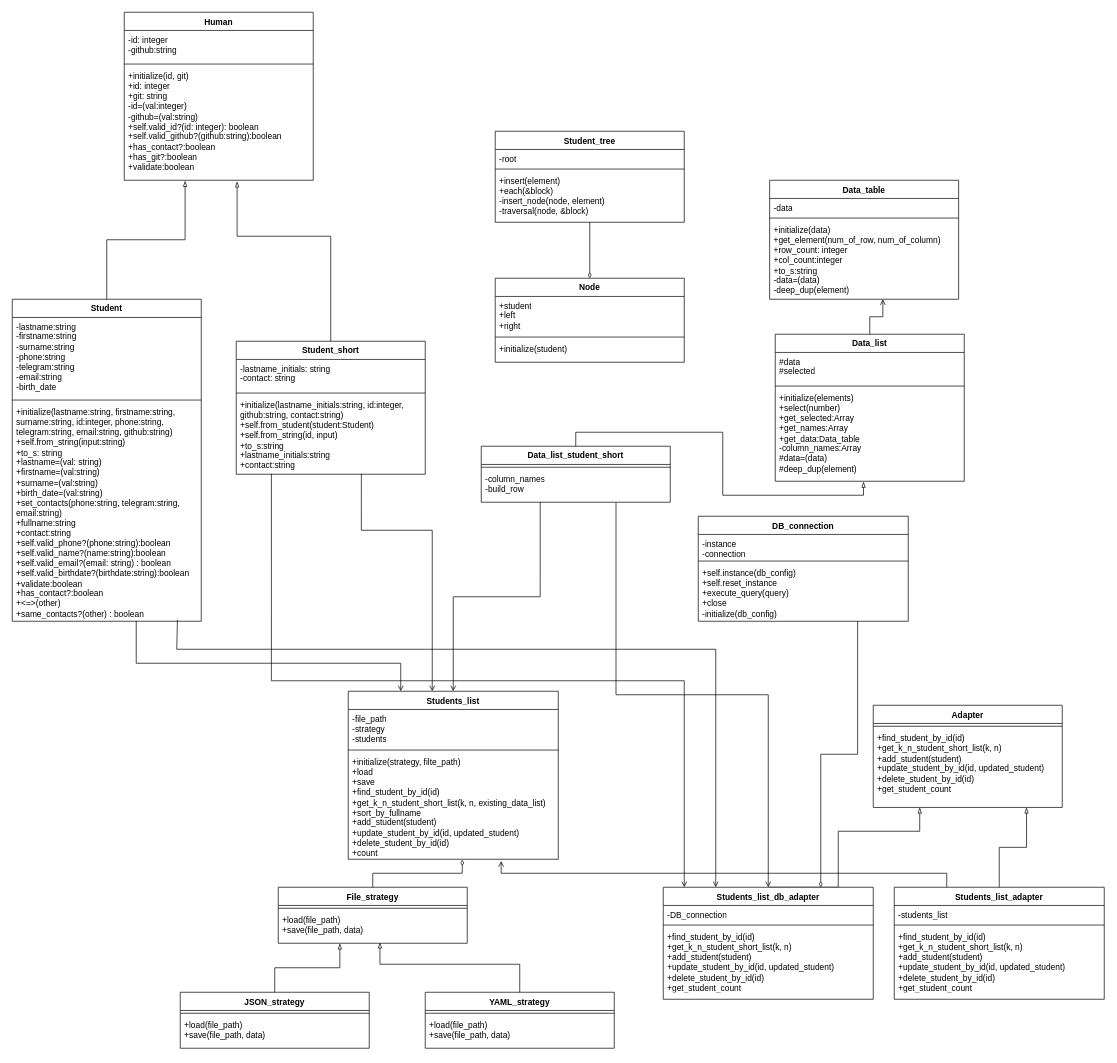
The draw.io diagram Students/Students.drawio in avtss/Patterns, before the edit. Source tidied: cells renumbered, new cells numbered last; positions are measured from the earlier drawing's top-left corner, leaving out a move shared by most shapes. Both pictures are drawn from the tidied source at 70%, with x=0, y=0 at pixel (12, 12).
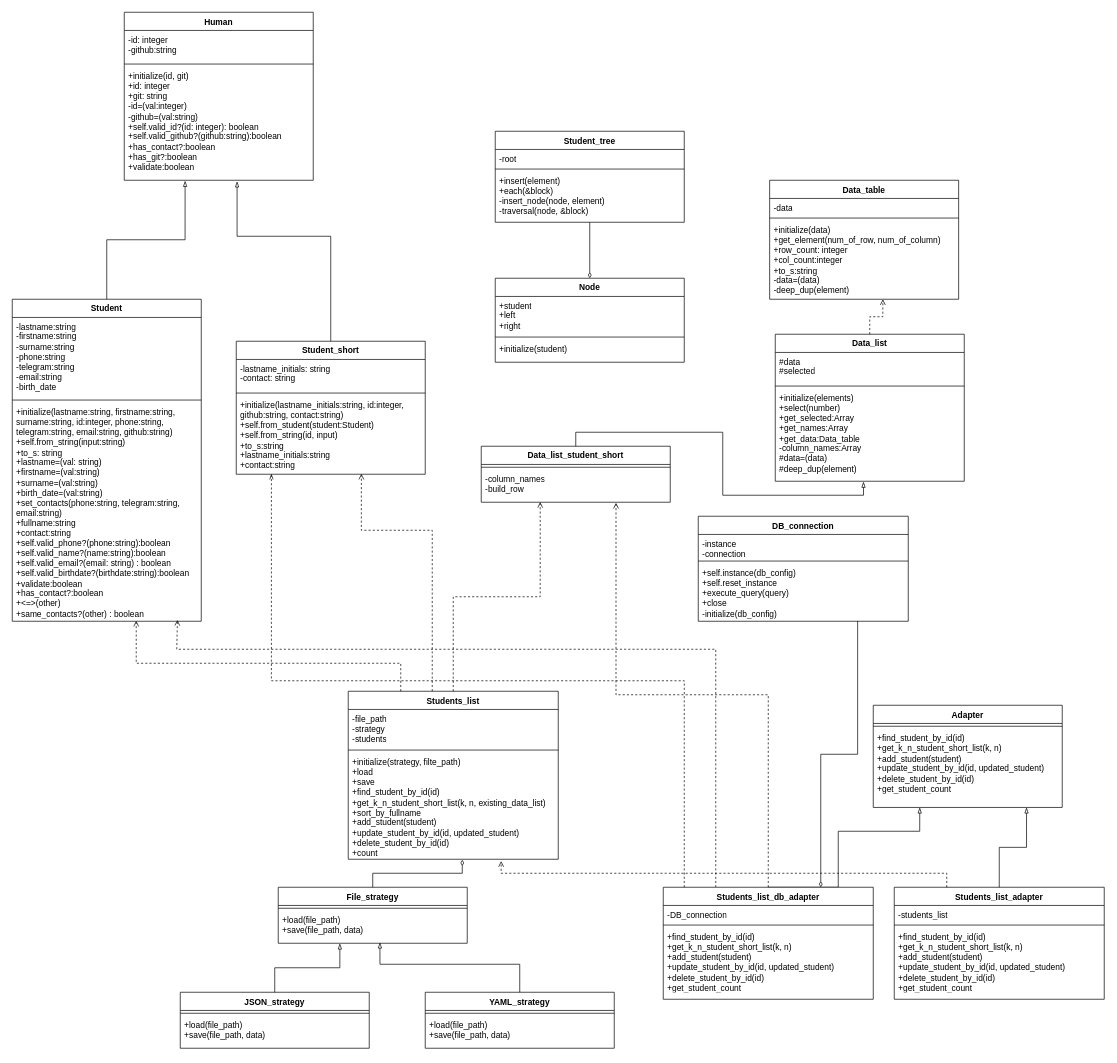
The same page after the edit.

Commit message (it also covers changes not shown here):
Lab4. Updated class diagram

The change refers to these unchanged cells:
```xml
<mxCell id="9" value="+initialize(lastname_initials:string, id:integer, github:string, contact:string)&lt;div&gt;+self.from_student(student:Student)&lt;/div&gt;&lt;div&gt;+self.from_string(id, input)&lt;/div&gt;&lt;div&gt;+to_s:string&lt;/div&gt;&lt;div&gt;+lastname_initials:string&lt;/div&gt;&lt;div&gt;+contact:string&lt;/div&gt;" style="text;strokeColor=none;fillColor=none;align=left;verticalAlign=top;spacingLeft=4;spacingRight=4;overflow=hidden;points=[[0,0.5],[1,0.5]];portConstraint=eastwest;whiteSpace=wrap;html=1;" parent="6" vertex="1">
  <mxGeometry y="78" width="270" height="112" as="geometry" />
</mxCell>
<mxCell id="13" value="+initialize(lastname:string, firstname:string, surname:string, id:integer, phone:string, telegram:string, email:string, github:string)&lt;div&gt;+self.from_string(input:string)&lt;/div&gt;&lt;div&gt;+to_s: string&lt;/div&gt;&lt;div&gt;+lastname=(val: string)&lt;/div&gt;&lt;div&gt;+firstname=(val:string)&lt;/div&gt;&lt;div&gt;+surname=(val:string)&lt;/div&gt;&lt;div&gt;+birth_date=(val:string)&lt;/div&gt;&lt;div&gt;+set_contacts(phone:string, telegram:string, email:string)&lt;/div&gt;&lt;div&gt;+fullname:string&lt;/div&gt;&lt;div&gt;+contact:string&lt;/div&gt;&lt;div&gt;&lt;div&gt;+self.valid_phone?(phone:string):boolean&lt;/div&gt;&lt;div&gt;+self.valid_name?(name:string):boolean&lt;/div&gt;&lt;div&gt;+self.valid_email?(email: string) : boolean&lt;/div&gt;&lt;/div&gt;&lt;div&gt;+self.valid_birthdate?(birthdate:string):boolean&lt;/div&gt;&lt;div&gt;+validate:boolean&lt;/div&gt;&lt;div&gt;+has_contact?:boolean&lt;/div&gt;&lt;div&gt;+&amp;lt;=&amp;gt;(other)&lt;/div&gt;&lt;div&gt;+same_contacts?(other) : boolean&lt;/div&gt;" style="text;strokeColor=none;fillColor=none;align=left;verticalAlign=top;spacingLeft=4;spacingRight=4;overflow=hidden;points=[[0,0.5],[1,0.5]];portConstraint=eastwest;whiteSpace=wrap;html=1;" parent="10" vertex="1">
  <mxGeometry y="148" width="270" height="312" as="geometry" />
</mxCell>
<mxCell id="16" value="Data_list" style="swimlane;fontStyle=1;align=center;verticalAlign=top;horizontal=1;startSize=26;whiteSpace=wrap;html=1;" parent="1" vertex="1">
  <mxGeometry x="1090" y="460" width="270" height="210" as="geometry" />
</mxCell>
<mxCell id="22" value="-column_names&lt;div&gt;-build_row&lt;/div&gt;" style="text;strokeColor=none;fillColor=none;align=left;verticalAlign=top;spacingLeft=4;spacingRight=4;overflow=hidden;points=[[0,0.5],[1,0.5]];portConstraint=eastwest;whiteSpace=wrap;html=1;" parent="20" vertex="1">
  <mxGeometry y="34" width="270" height="46" as="geometry" />
</mxCell>
<mxCell id="27" value="+initialize(data)&lt;div&gt;+get_element(num_of_row, num_of_column)&lt;/div&gt;&lt;div&gt;+row_count: integer&lt;/div&gt;&lt;div&gt;+col_count:integer&lt;/div&gt;&lt;div&gt;+to_s:string&lt;/div&gt;&lt;div&gt;-data=(data)&lt;/div&gt;&lt;div&gt;-deep_dup(element)&lt;/div&gt;" style="text;strokeColor=none;fillColor=none;align=left;verticalAlign=top;spacingLeft=4;spacingRight=4;overflow=hidden;points=[[0,0.5],[1,0.5]];portConstraint=eastwest;whiteSpace=wrap;html=1;" parent="24" vertex="1">
  <mxGeometry y="58" width="270" height="112" as="geometry" />
</mxCell>
<mxCell id="28" value="Students_list" style="swimlane;fontStyle=1;align=center;verticalAlign=top;horizontal=1;startSize=26;whiteSpace=wrap;html=1;" parent="1" vertex="1">
  <mxGeometry x="480" y="970" width="300" height="240" as="geometry" />
</mxCell>
<mxCell id="31" value="+initialize(strategy, filte_path)&lt;div&gt;+load&lt;/div&gt;&lt;div&gt;+save&lt;/div&gt;&lt;div&gt;+find_student_by_id(id)&lt;/div&gt;&lt;div&gt;+get_k_n_student_short_list(k, n, existing_data_list)&lt;/div&gt;&lt;div&gt;+sort_by_fullname&lt;/div&gt;&lt;div&gt;+add_student(student)&lt;/div&gt;&lt;div&gt;+update_student_by_id(id, updated_student)&lt;/div&gt;&lt;div&gt;+delete_student_by_id(id)&lt;/div&gt;&lt;div&gt;+count&lt;/div&gt;" style="text;strokeColor=none;fillColor=none;align=left;verticalAlign=top;spacingLeft=4;spacingRight=4;overflow=hidden;points=[[0,0.5],[1,0.5]];portConstraint=eastwest;whiteSpace=wrap;html=1;" parent="28" vertex="1">
  <mxGeometry y="88" width="300" height="152" as="geometry" />
</mxCell>
<mxCell id="57" value="Students_list_db_adapter" style="swimlane;fontStyle=1;align=center;verticalAlign=top;horizontal=1;startSize=26;whiteSpace=wrap;html=1;" parent="1" vertex="1">
  <mxGeometry x="930" y="1250" width="300" height="160" as="geometry" />
</mxCell>
<mxCell id="61" value="Students_list_adapter" style="swimlane;fontStyle=1;align=center;verticalAlign=top;horizontal=1;startSize=26;whiteSpace=wrap;html=1;" parent="1" vertex="1">
  <mxGeometry x="1260" y="1250" width="300" height="160" as="geometry" />
</mxCell>
```

The edit, as a diff of the source:
```diff
@@
-    <mxCell id="52" style="edgeStyle=orthogonalEdgeStyle;rounded=0;jettySize=auto;html=1;endArrow=none;endFill=0;exitX=0.25;exitY=0;exitDx=0;exitDy=0;startArrow=open;startFill=0;entryX=0.874;entryY=0.994;entryDx=0;entryDy=0;entryPerimeter=0;" parent="1" edge="1" source="57" target="13">
+    <mxCell id="52" style="edgeStyle=orthogonalEdgeStyle;rounded=0;jettySize=auto;html=1;endArrow=open;endFill=0;exitX=0.25;exitY=0;exitDx=0;exitDy=0;startArrow=none;startFill=0;entryX=0.874;entryY=0.994;entryDx=0;entryDy=0;entryPerimeter=0;dashed=1;" parent="1" edge="1" source="57" target="13">
       <mxGeometry relative="1" as="geometry">
         <Array as="points">
           <mxPoint x="1005" y="910" />
           <mxPoint x="235" y="910" />
         </Array>
       </mxGeometry>
     </mxCell>
@@
-    <mxCell id="66" style="edgeStyle=orthogonalEdgeStyle;rounded=0;jettySize=auto;html=1;entryX=0.713;entryY=1.018;entryDx=0;entryDy=0;entryPerimeter=0;endArrow=none;endFill=0;startArrow=open;startFill=0;exitX=0.5;exitY=0;exitDx=0;exitDy=0;" parent="1" edge="1" source="57" target="22">
+    <mxCell id="66" style="edgeStyle=orthogonalEdgeStyle;rounded=0;jettySize=auto;html=1;entryX=0.713;entryY=1.018;entryDx=0;entryDy=0;entryPerimeter=0;endArrow=open;endFill=0;startArrow=none;startFill=0;exitX=0.5;exitY=0;exitDx=0;exitDy=0;dashed=1;" parent="1" edge="1" source="57" target="22">
       <mxGeometry relative="1" as="geometry" />
     </mxCell>
-    <mxCell id="67" style="edgeStyle=orthogonalEdgeStyle;rounded=0;jettySize=auto;html=1;exitX=0.5;exitY=0;exitDx=0;exitDy=0;entryX=0.312;entryY=0.992;entryDx=0;entryDy=0;entryPerimeter=0;endArrow=none;endFill=0;startArrow=open;startFill=0;" parent="1" edge="1" source="28" target="22">
+    <mxCell id="67" style="edgeStyle=orthogonalEdgeStyle;rounded=0;jettySize=auto;html=1;exitX=0.5;exitY=0;exitDx=0;exitDy=0;entryX=0.312;entryY=0.992;entryDx=0;entryDy=0;entryPerimeter=0;endArrow=open;endFill=0;startArrow=none;startFill=0;dashed=1;" parent="1" edge="1" source="28" target="22">
       <mxGeometry relative="1" as="geometry" />
     </mxCell>
-    <mxCell id="68" style="edgeStyle=orthogonalEdgeStyle;rounded=0;jettySize=auto;html=1;exitX=0.25;exitY=0;exitDx=0;exitDy=0;entryX=0.728;entryY=1.017;entryDx=0;entryDy=0;entryPerimeter=0;endArrow=open;endFill=0;" parent="1" edge="1" source="61" target="31">
+    <mxCell id="68" style="edgeStyle=orthogonalEdgeStyle;rounded=0;jettySize=auto;html=1;exitX=0.25;exitY=0;exitDx=0;exitDy=0;entryX=0.728;entryY=1.017;entryDx=0;entryDy=0;entryPerimeter=0;endArrow=open;endFill=0;dashed=1;" parent="1" edge="1" source="61" target="31">
       <mxGeometry relative="1" as="geometry">
         <Array as="points">
           <mxPoint x="1335" y="1230" />
           <mxPoint x="698" y="1230" />
         </Array>
       </mxGeometry>
     </mxCell>
-    <mxCell id="69" style="edgeStyle=orthogonalEdgeStyle;rounded=0;jettySize=auto;html=1;exitX=0.5;exitY=0;exitDx=0;exitDy=0;entryX=0.599;entryY=1;entryDx=0;entryDy=0;entryPerimeter=0;endArrow=open;endFill=0;" parent="1" edge="1" source="16" target="27">
+    <mxCell id="69" style="edgeStyle=orthogonalEdgeStyle;rounded=0;jettySize=auto;html=1;exitX=0.5;exitY=0;exitDx=0;exitDy=0;entryX=0.599;entryY=1;entryDx=0;entryDy=0;entryPerimeter=0;endArrow=open;endFill=0;dashed=1;" parent="1" edge="1" source="16" target="27">
       <mxGeometry relative="1" as="geometry" />
     </mxCell>
-    <mxCell id="70" style="edgeStyle=orthogonalEdgeStyle;rounded=0;jettySize=auto;html=1;exitX=0.25;exitY=0;exitDx=0;exitDy=0;entryX=0.656;entryY=0.998;entryDx=0;entryDy=0;entryPerimeter=0;endArrow=none;endFill=0;startArrow=open;startFill=0;" parent="1" edge="1" source="28" target="13">
+    <mxCell id="70" style="edgeStyle=orthogonalEdgeStyle;rounded=0;jettySize=auto;html=1;exitX=0.25;exitY=0;exitDx=0;exitDy=0;entryX=0.656;entryY=0.998;entryDx=0;entryDy=0;entryPerimeter=0;endArrow=open;endFill=0;startArrow=none;startFill=0;dashed=1;" parent="1" edge="1" source="28" target="13">
       <mxGeometry relative="1" as="geometry">
         <Array as="points">
           <mxPoint x="555" y="930" />
           <mxPoint x="177" y="930" />
         </Array>
       </mxGeometry>
     </mxCell>
-    <mxCell id="71" style="edgeStyle=orthogonalEdgeStyle;rounded=0;jettySize=auto;html=1;entryX=0.662;entryY=0.994;entryDx=0;entryDy=0;entryPerimeter=0;endArrow=none;endFill=0;startArrow=open;startFill=0;" parent="1" edge="1" source="28" target="9">
+    <mxCell id="71" style="edgeStyle=orthogonalEdgeStyle;rounded=0;jettySize=auto;html=1;entryX=0.662;entryY=0.994;entryDx=0;entryDy=0;entryPerimeter=0;endArrow=open;endFill=0;startArrow=none;startFill=0;dashed=1;" parent="1" edge="1" source="28" target="9">
       <mxGeometry relative="1" as="geometry">
         <Array as="points">
           <mxPoint x="600" y="740" />
           <mxPoint x="499" y="740" />
         </Array>
       </mxGeometry>
     </mxCell>
-    <mxCell id="72" style="edgeStyle=orthogonalEdgeStyle;rounded=0;jettySize=auto;html=1;exitX=0.1;exitY=0;exitDx=0;exitDy=0;entryX=0.186;entryY=0.994;entryDx=0;entryDy=0;entryPerimeter=0;endArrow=none;endFill=0;exitPerimeter=0;startArrow=open;startFill=0;" parent="1" edge="1" source="57" target="9">
+    <mxCell id="72" style="edgeStyle=orthogonalEdgeStyle;rounded=0;jettySize=auto;html=1;exitX=0.1;exitY=0;exitDx=0;exitDy=0;entryX=0.186;entryY=0.994;entryDx=0;entryDy=0;entryPerimeter=0;endArrow=openThin;endFill=0;exitPerimeter=0;startArrow=none;startFill=0;dashed=1;" parent="1" edge="1" source="57" target="9">
       <mxGeometry relative="1" as="geometry" />
     </mxCell>
```
